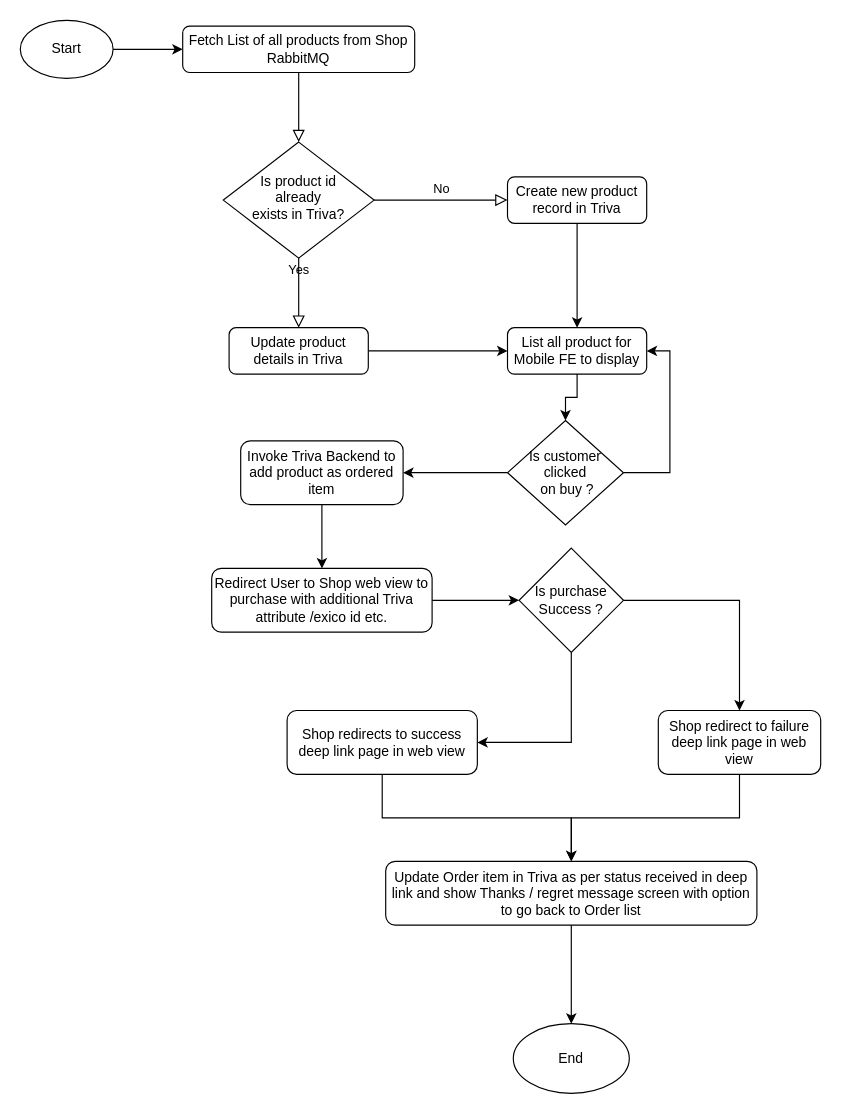
This is Shop_Order_Processing.drawio from Adityacs001/snippet, a draw.io file, before an edit. Source tidied: cells renumbered, new cells numbered last; positions are measured from the earlier drawing's top-left corner, leaving out a move shared by most shapes. Both pictures are drawn from the tidied source at 116%, with x=0, y=0 at pixel (20, 20).
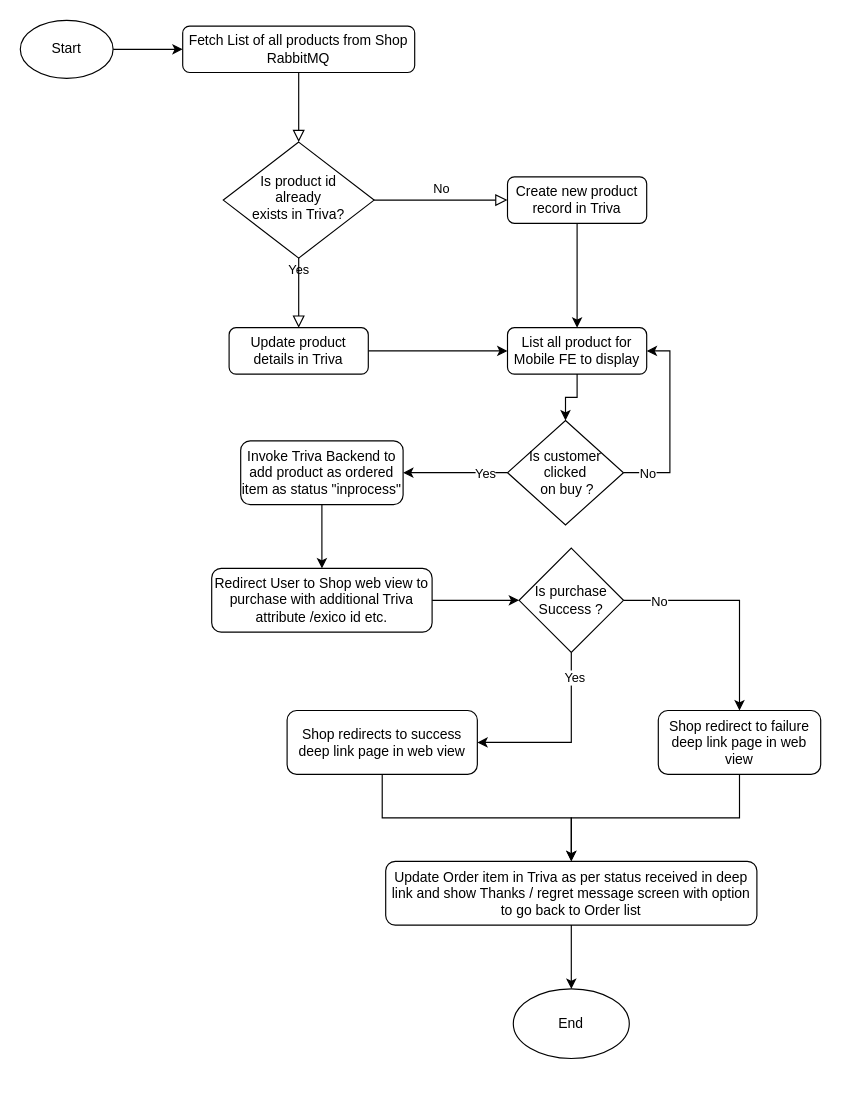
The same diagram, later.

Unchanged cells that the change refers to:
```xml
<mxCell id="15" style="edgeStyle=orthogonalEdgeStyle;rounded=0;jettySize=auto;html=1;" parent="1" edge="1" source="17" target="19">
  <mxGeometry relative="1" as="geometry" />
</mxCell>
<mxCell id="16" style="edgeStyle=orthogonalEdgeStyle;rounded=0;jettySize=auto;html=1;entryX=1;entryY=0.5;entryDx=0;entryDy=0;exitX=1;exitY=0.5;exitDx=0;exitDy=0;" parent="1" edge="1" source="17" target="14">
  <mxGeometry relative="1" as="geometry" />
</mxCell>
<mxCell id="22" style="edgeStyle=orthogonalEdgeStyle;rounded=0;jettySize=auto;html=1;entryX=1;entryY=0.5;entryDx=0;entryDy=0;exitX=0.5;exitY=1;exitDx=0;exitDy=0;" parent="1" edge="1" source="24" target="26">
  <mxGeometry relative="1" as="geometry" />
</mxCell>
<mxCell id="23" style="edgeStyle=orthogonalEdgeStyle;rounded=0;jettySize=auto;html=1;entryX=0.5;entryY=0;entryDx=0;entryDy=0;" parent="1" edge="1" source="24" target="28">
  <mxGeometry relative="1" as="geometry" />
</mxCell>
```

Diff of the diagram source:
```diff
@@
+    <mxCell id="32" value="Yes" style="edgeLabel;html=1;align=center;verticalAlign=middle;" parent="15" vertex="1">
+      <mxGeometry x="0.09" y="3" relative="1" as="geometry">
+        <mxPoint x="29" y="-3" as="offset" />
+      </mxGeometry>
+    </mxCell>
@@
+    <mxCell id="33" value="No" style="edgeLabel;html=1;align=center;verticalAlign=middle;" parent="16" vertex="1">
+      <mxGeometry x="0.13" y="-3" relative="1" as="geometry">
+        <mxPoint x="-23" y="53" as="offset" />
+      </mxGeometry>
+    </mxCell>
@@
-    <mxCell id="19" value="Invoke Triva Backend to add product as ordered item" style="rounded=1;whiteSpace=wrap;html=1;fontSize=12;glass=0;strokeWidth=1;shadow=0;" parent="1" vertex="1">
+    <mxCell id="19" value="Invoke Triva Backend to add product as ordered item as status &quot;inprocess&quot;" style="rounded=1;whiteSpace=wrap;html=1;fontSize=12;glass=0;strokeWidth=1;shadow=0;" parent="1" vertex="1">
       <mxGeometry x="190" y="362.5" width="140" height="55" as="geometry" />
     </mxCell>
@@
+    <mxCell id="34" value="Yes" style="edgeLabel;html=1;align=center;verticalAlign=middle;" parent="22" vertex="1">
+      <mxGeometry x="-0.73" y="2" relative="1" as="geometry" />
+    </mxCell>
@@
+    <mxCell id="35" value="No" style="edgeLabel;html=1;align=center;verticalAlign=middle;" parent="23" vertex="1">
+      <mxGeometry x="0.45" relative="1" as="geometry">
+        <mxPoint x="-70" y="-41" as="offset" />
+      </mxGeometry>
+    </mxCell>
@@
     <mxCell id="31" value="End" style="ellipse;whiteSpace=wrap;html=1;" parent="1" vertex="1">
-      <mxGeometry x="425" y="865" width="100" height="60" as="geometry" />
+      <mxGeometry x="425" y="835" width="100" height="60" as="geometry" />
     </mxCell>
```
